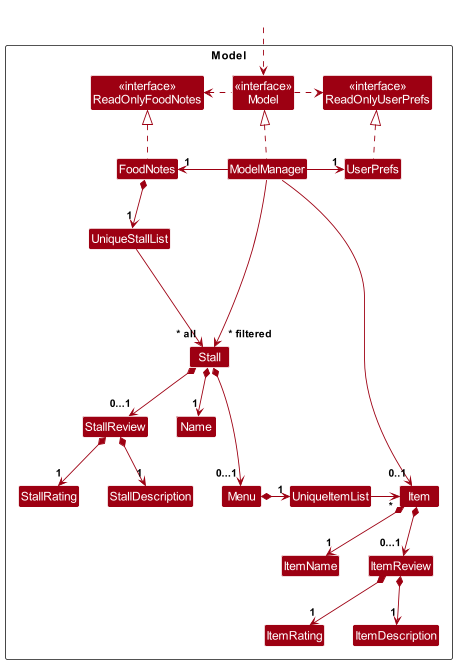
teoks0199/tp keeps this PlantUML diagram as docs/images/ModelClassDiagram.png. Above is the earlier version. The source it was exported from:
```plantuml
@startuml
!include style.puml
skinparam arrowThickness 1.1
skinparam arrowColor MODEL_COLOR
skinparam classBackgroundColor MODEL_COLOR

Package Model as ModelPackage <<Rectangle>>{
Class "<<interface>>\nReadOnlyFoodNotes" as ReadOnlyFoodNotes
Class "<<interface>>\nReadOnlyUserPrefs" as ReadOnlyUserPrefs
Class "<<interface>>\nModel" as Model
Class FoodNotes
Class ModelManager
Class UserPrefs
Class UniqueStallList
Class UniqueItemList
Class Stall
Class StallReview
Class StallRating
Class StallDescription
Class Name
Class Menu
Class Item
Class ItemName
Class ItemReview
Class ItemRating
Class ItemDescription

Class I #FFFFFF
}

Class HiddenOutside #FFFFFF
HiddenOutside ..> Model

FoodNotes .up.|> ReadOnlyFoodNotes

ModelManager .up.|> Model
Model .right.> ReadOnlyUserPrefs
Model .left.> ReadOnlyFoodNotes
ModelManager -left-> "1" FoodNotes
ModelManager -right-> "1" UserPrefs
ModelManager -down-> "0..1" Item
UserPrefs .up.|> ReadOnlyUserPrefs

FoodNotes *--> "1" UniqueStallList
UniqueStallList --> "~* all" Stall
Stall *--> "1" Name
Stall *-down->  "0...1" StallReview

Stall *---> "0...1" Menu
StallReview *--> "1" StallRating
StallReview *--> "1" StallDescription
Menu *--right-> "1" UniqueItemList
UniqueItemList -right-> "*" Item
Item *--> "1" ItemName
Item *--> "0...1" ItemReview
ItemReview *--> "1" ItemRating
ItemReview *--> "1" ItemDescription

Stall -[hidden]up--> I
UniqueStallList -[hidden]right-> I


ModelManager --> " ~* filtered" Stall
@enduml
```
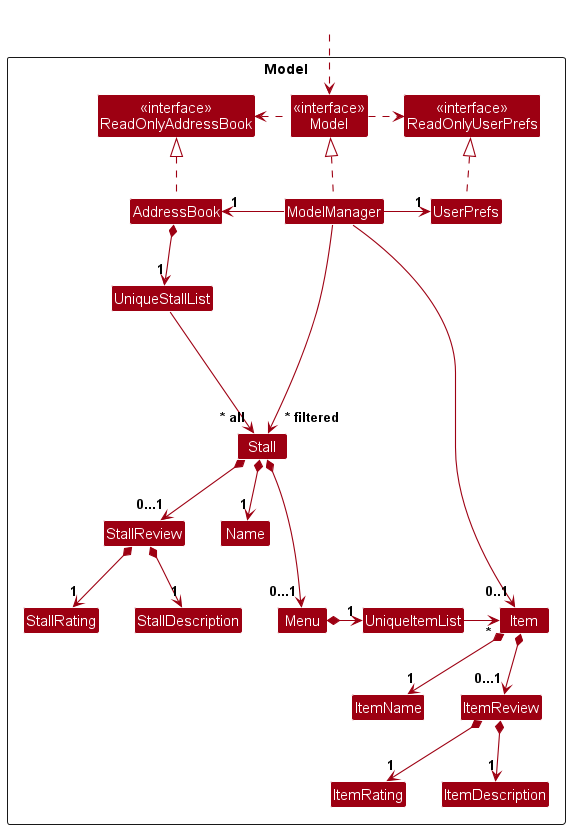
After the commit.

Change to the diagram source:
```diff
@@ -5,10 +5,10 @@
 skinparam classBackgroundColor MODEL_COLOR
 
 Package Model as ModelPackage <<Rectangle>>{
-Class "<<interface>>\nReadOnlyFoodNotes" as ReadOnlyFoodNotes
+Class "<<interface>>\nReadOnlyAddressBook" as ReadOnlyAddressBook
 Class "<<interface>>\nReadOnlyUserPrefs" as ReadOnlyUserPrefs
 Class "<<interface>>\nModel" as Model
-Class FoodNotes
+Class AddressBook
 Class ModelManager
 Class UserPrefs
 Class UniqueStallList
@@ -31,17 +31,17 @@
 Class HiddenOutside #FFFFFF
 HiddenOutside ..> Model
 
-FoodNotes .up.|> ReadOnlyFoodNotes
+AddressBook .up.|> ReadOnlyAddressBook
 
 ModelManager .up.|> Model
 Model .right.> ReadOnlyUserPrefs
-Model .left.> ReadOnlyFoodNotes
-ModelManager -left-> "1" FoodNotes
+Model .left.> ReadOnlyAddressBook
+ModelManager -left-> "1" AddressBook
 ModelManager -right-> "1" UserPrefs
 ModelManager -down-> "0..1" Item
 UserPrefs .up.|> ReadOnlyUserPrefs
 
-FoodNotes *--> "1" UniqueStallList
+AddressBook *--> "1" UniqueStallList
 UniqueStallList --> "~* all" Stall
 Stall *--> "1" Name
 Stall *-down->  "0...1" StallReview
```
